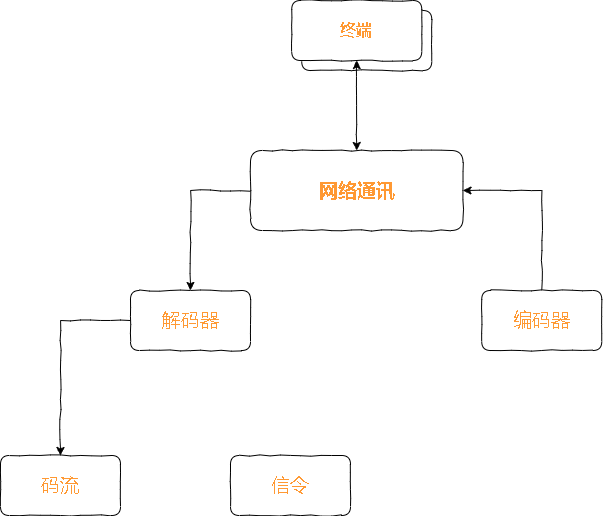
The draw.io diagram test.drawio.png in xktder/draw, before a commit. Source tidied: cells renumbered, new cells last; positions are measured from the earlier drawing's top-left corner, leaving out a move shared by most shapes.
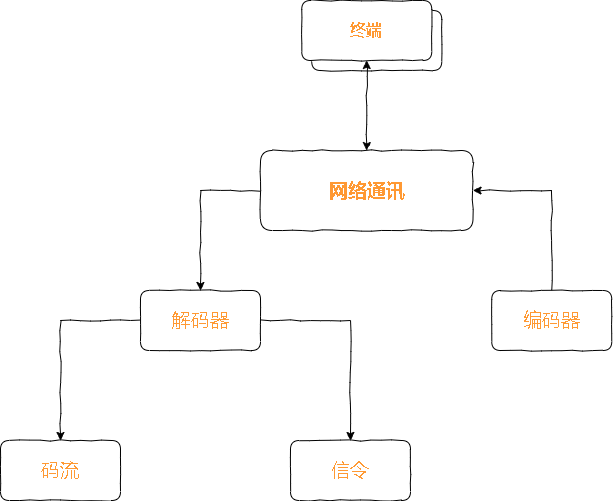
The same file after the commit.

What changed in the source:
```diff
@@ -23,12 +23,11 @@
     <mxCell id="8" value="&lt;font style=&quot;font-size: 19px;&quot;&gt;&lt;b&gt;网络通讯&lt;/b&gt;&lt;/font&gt;" style="rounded=1;whiteSpace=wrap;html=1;comic=1;fontSize=16;fontColor=#FF9933;strokeColor=default;gradientColor=none;" parent="1" vertex="1">
       <mxGeometry x="250" y="150" width="212.5" height="80" as="geometry" />
     </mxCell>
+    <mxCell id="14" style="edgeStyle=orthogonalEdgeStyle;rounded=0;comic=1;jettySize=auto;html=1;entryX=0.5;entryY=0;entryDx=0;entryDy=0;fontSize=19;fontColor=#FF9933;startArrow=none;startFill=0;endArrow=classic;endFill=1;" parent="1" edge="1" source="10" target="13">
+      <mxGeometry relative="1" as="geometry" />
+    </mxCell>
-    <mxCell id="9" style="edgeStyle=orthogonalEdgeStyle;rounded=0;comic=1;jettySize=auto;html=1;fontSize=19;fontColor=#FF9933;startArrow=none;startFill=0;endArrow=classic;endFill=1;entryX=0.5;entryY=0;entryDx=0;entryDy=0;" parent="1" edge="1" source="10" target="12">
-      <mxGeometry relative="1" as="geometry">
-        <Array as="points">
-          <mxPoint x="60" y="320" />
-        </Array>
-      </mxGeometry>
+    <mxCell id="9" style="edgeStyle=orthogonalEdgeStyle;rounded=0;comic=1;jettySize=auto;html=1;exitX=0;exitY=0.5;exitDx=0;exitDy=0;fontSize=19;fontColor=#FF9933;startArrow=none;startFill=0;endArrow=classic;endFill=1;" parent="1" edge="1" source="10" target="12">
+      <mxGeometry relative="1" as="geometry" />
     </mxCell>
     <mxCell id="10" value="解码器" style="rounded=1;whiteSpace=wrap;html=1;comic=1;fontSize=19;fontColor=#FF9933;strokeColor=default;gradientColor=none;" parent="1" vertex="1">
       <mxGeometry x="130" y="290" width="120" height="60" as="geometry" />
@@ -37,10 +36,10 @@
       <mxGeometry x="481.2" y="290" width="120" height="60" as="geometry" />
     </mxCell>
     <mxCell id="12" value="码流" style="rounded=1;whiteSpace=wrap;html=1;comic=1;fontSize=19;fontColor=#FF9933;strokeColor=default;gradientColor=none;" parent="1" vertex="1">
-      <mxGeometry y="455" width="120" height="60" as="geometry" />
+      <mxGeometry x="-10" y="440" width="120" height="60" as="geometry" />
     </mxCell>
     <mxCell id="13" value="信令" style="rounded=1;whiteSpace=wrap;html=1;comic=1;fontSize=19;fontColor=#FF9933;strokeColor=default;gradientColor=none;" parent="1" vertex="1">
-      <mxGeometry x="230" y="455" width="120" height="60" as="geometry" />
+      <mxGeometry x="280" y="440" width="120" height="60" as="geometry" />
     </mxCell>
   </root>
 </mxGraphModel>
```
